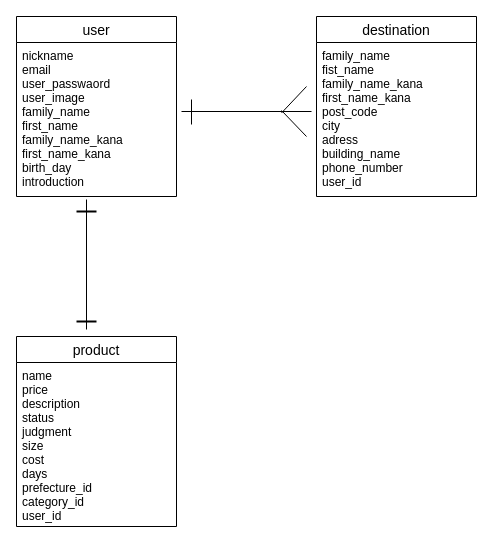
This is firima.dio from Kawase-Ryo/furima-38243, a draw.io file, before an edit. Source tidied: cells renumbered, new cells numbered last; positions are measured from the earlier drawing's top-left corner, leaving out a move shared by most shapes. Both pictures are drawn from the tidied source at 100%, with x=0, y=0 at pixel (16, 16).
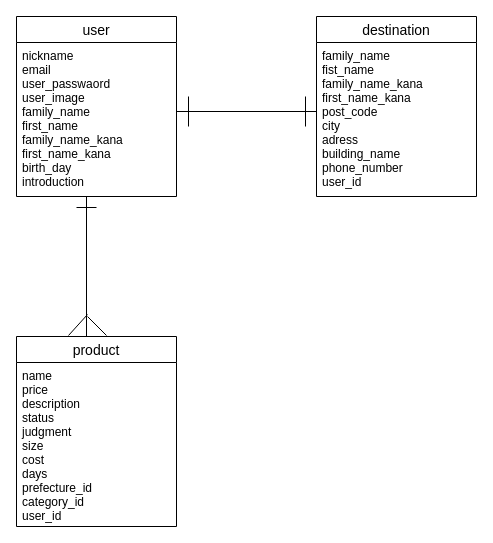
After the change.

Commit message (it also covers changes not shown here):
データベース設計-3

Change to the diagram source:
```diff
@@
 <mxGraphModel>
   <root>
     <mxCell id="0" />
     <mxCell id="1" parent="0" />
     <mxCell id="2" value="user" style="swimlane;fontStyle=0;horizontal=1;startSize=26;align=center;fontSize=14;" parent="1" vertex="1">
       <mxGeometry width="160" height="180" as="geometry" />
     </mxCell>
     <mxCell id="3" value="nickname&#10;email&#10;user_passwaord&#10;user_image&#10;family_name&#10;first_name&#10;family_name_kana&#10;first_name_kana&#10;birth_day&#10;introduction" style="text;strokeColor=none;fillColor=none;spacingLeft=4;spacingRight=4;overflow=hidden;fontSize=12;" parent="2" vertex="1">
       <mxGeometry y="26" width="160" height="154" as="geometry" />
     </mxCell>
     <mxCell id="4" value="destination" style="swimlane;fontStyle=0;horizontal=1;startSize=26;align=center;fontSize=14;" parent="1" vertex="1">
       <mxGeometry x="300" width="160" height="180" as="geometry" />
     </mxCell>
     <mxCell id="5" value="family_name&#10;fist_name&#10;family_name_kana&#10;first_name_kana&#10;post_code&#10;city&#10;adress&#10;building_name&#10;phone_number&#10;user_id" style="text;strokeColor=none;fillColor=none;spacingLeft=4;spacingRight=4;overflow=hidden;fontSize=12;" parent="4" vertex="1">
       <mxGeometry y="26" width="160" height="154" as="geometry" />
     </mxCell>
     <mxCell id="6" value="product" style="swimlane;fontStyle=0;horizontal=1;startSize=26;align=center;fontSize=14;" parent="1" vertex="1">
       <mxGeometry y="320" width="160" height="190" as="geometry" />
     </mxCell>
     <mxCell id="7" value="name&#10;price&#10;description&#10;status&#10;judgment&#10;size&#10;cost&#10;days&#10;prefecture_id&#10;category_id&#10;user_id" style="text;strokeColor=none;fillColor=none;spacingLeft=4;spacingRight=4;overflow=hidden;fontSize=12;" parent="6" vertex="1">
       <mxGeometry y="26" width="160" height="164" as="geometry" />
     </mxCell>
-    <mxCell id="8" style="line;strokeWidth=1;dashed=0;labelPosition=right;align=left;verticalAlign=middle;spacingTop=0;spacingLeft=6;points=[];portConstraint=eastwest;direction=west;" parent="1" vertex="1">
-      <mxGeometry x="165" y="90" width="130" height="10" as="geometry" />
-    </mxCell>
-    <mxCell id="9" style="line;strokeWidth=1;dashed=0;labelPosition=right;align=left;verticalAlign=middle;spacingTop=0;spacingLeft=6;flipV=1;flipH=1;direction=south;" parent="1" vertex="1">
-      <mxGeometry x="65" y="183" width="10" height="130" as="geometry" />
-    </mxCell>
-    <mxCell id="10" style="line;strokeWidth=1;dashed=0;labelPosition=right;align=left;verticalAlign=middle;spacingTop=0;spacingLeft=6;direction=north;" parent="1" vertex="1">
-      <mxGeometry x="170" y="83" width="10" height="25" as="geometry" />
-    </mxCell>
-    <mxCell id="11" style="endArrow=none;html=1;exitX=0.231;exitY=0.35;exitDx=0;exitDy=0;exitPerimeter=0;entryX=0.231;entryY=0.35;entryDx=0;entryDy=0;entryPerimeter=0;" parent="1" edge="1" source="8">
-      <mxGeometry relative="1" as="geometry">
-        <mxPoint x="290" y="70" as="targetPoint" />
-      </mxGeometry>
-    </mxCell>
-    <mxCell id="12" style="endArrow=none;html=1;" parent="1" edge="1">
-      <mxGeometry relative="1" as="geometry">
-        <mxPoint x="265" y="94" as="sourcePoint" />
-        <mxPoint x="290" y="120" as="targetPoint" />
-      </mxGeometry>
-    </mxCell>
-    <mxCell id="13" style="line;strokeWidth=2;html=1;" parent="1" vertex="1">
-      <mxGeometry x="60" y="300" width="20" height="10" as="geometry" />
-    </mxCell>
-    <mxCell id="14" style="line;strokeWidth=2;html=1;" parent="1" vertex="1">
-      <mxGeometry x="60" y="190" width="20" height="10" as="geometry" />
-    </mxCell>
+    <mxCell id="15" style="line;strokeWidth=1;dashed=0;labelPosition=right;align=left;verticalAlign=middle;spacingTop=0;spacingLeft=6;" parent="1" vertex="1">
+      <mxGeometry x="160" y="90" width="140" height="10" as="geometry" />
+    </mxCell>
+    <mxCell id="16" style="line;strokeWidth=1;dashed=0;labelPosition=right;align=left;verticalAlign=middle;spacingTop=0;spacingLeft=6;points=[];portConstraint=eastwest;direction=south;" parent="1" vertex="1">
+      <mxGeometry x="65" y="180" width="10" height="140" as="geometry" />
+    </mxCell>
+    <mxCell id="17" style="endArrow=none;html=1;entryX=0.843;entryY=0.4;entryDx=0;entryDy=0;entryPerimeter=0;" parent="1" edge="1" target="16">
+      <mxGeometry relative="1" as="geometry">
+        <mxPoint x="52" y="319" as="sourcePoint" />
+      </mxGeometry>
+    </mxCell>
+    <mxCell id="18" style="endArrow=none;html=1;" parent="1" edge="1">
+      <mxGeometry relative="1" as="geometry">
+        <mxPoint x="90" y="319" as="sourcePoint" />
+        <mxPoint x="71" y="300" as="targetPoint" />
+      </mxGeometry>
+    </mxCell>
+    <mxCell id="19" style="endArrow=none;html=1;rounded=0;" parent="1" edge="1">
+      <mxGeometry relative="1" as="geometry">
+        <mxPoint x="60" y="191" as="sourcePoint" />
+        <mxPoint x="80" y="191" as="targetPoint" />
+      </mxGeometry>
+    </mxCell>
+    <mxCell id="20" style="endArrow=none;html=1;rounded=0;" parent="1" edge="1">
+      <mxGeometry relative="1" as="geometry">
+        <mxPoint x="172" y="80" as="sourcePoint" />
+        <mxPoint x="172" y="110" as="targetPoint" />
+      </mxGeometry>
+    </mxCell>
+    <mxCell id="21" style="endArrow=none;html=1;rounded=0;" parent="1" edge="1">
+      <mxGeometry relative="1" as="geometry">
+        <mxPoint x="289" y="80" as="sourcePoint" />
+        <mxPoint x="289" y="110" as="targetPoint" />
+      </mxGeometry>
+    </mxCell>
   </root>
 </mxGraphModel>
```
